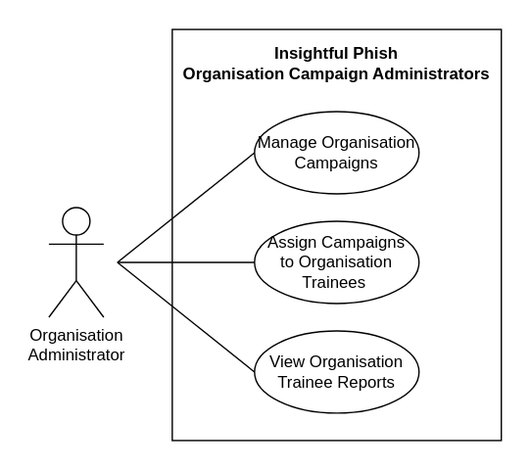
This is docs/demo4/diagrams/srs/use-cases/organisation-campaign-administrators.drawio.svg from COS301-SE-2026/Cybersecurity-Awareness-Training-Platform, a draw.io export, as it was before one commit. Source tidied: cells renumbered, new cells last; positions are measured from the earlier drawing's top-left corner, leaving out a move shared by most shapes.
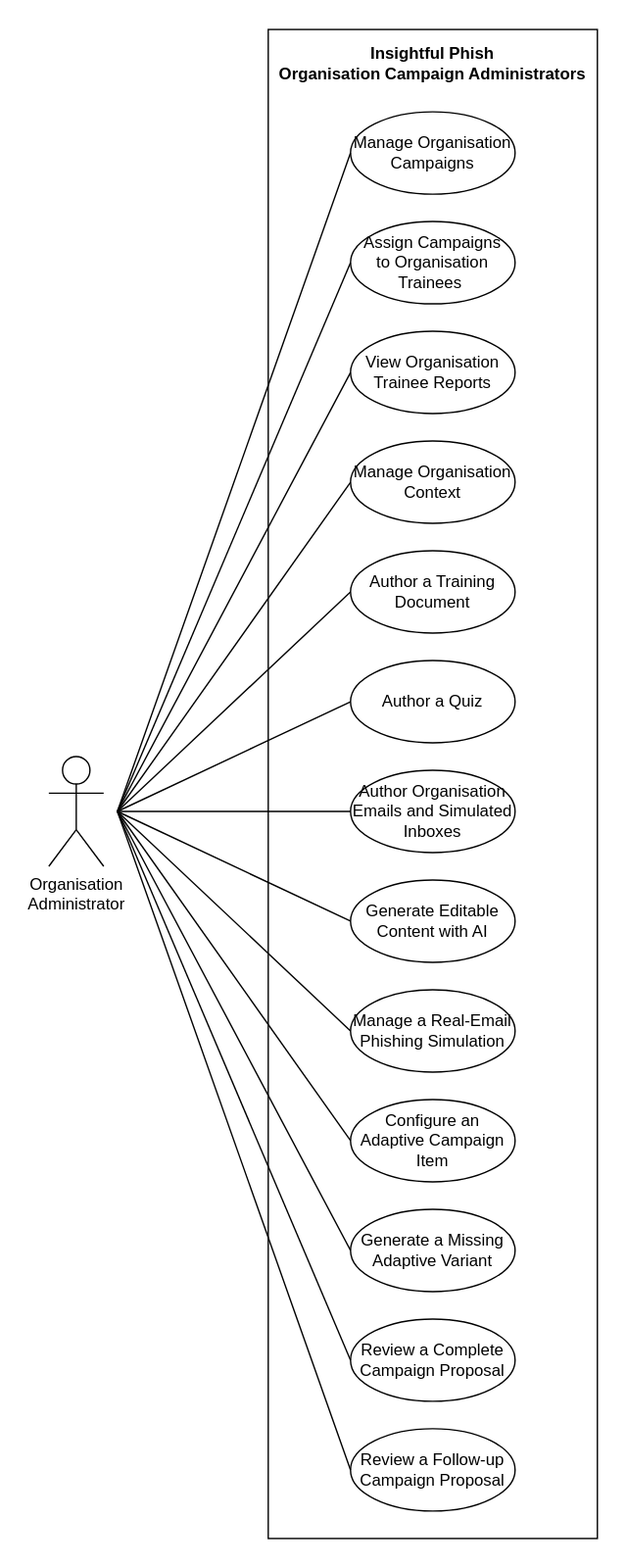
The same diagram one commit later.

The edit, as a diff of the source:
```diff
@@ -3,7 +3,7 @@
     <mxCell id="0" />
     <mxCell id="1" parent="0" />
     <mxCell id="2" style="rounded=0;whiteSpace=wrap;html=1;fillColor=none;" parent="1" vertex="1">
-      <mxGeometry x="90" width="240" height="300" as="geometry" />
+      <mxGeometry x="90" width="240" height="1100" as="geometry" />
     </mxCell>
     <mxCell id="3" value="View Organisation Trainee Reports" style="ellipse;whiteSpace=wrap;html=1;" parent="1" vertex="1">
       <mxGeometry x="150" y="220" width="120" height="60" as="geometry" />
@@ -12,11 +12,11 @@
       <mxGeometry x="90" y="10" width="240" height="30" as="geometry" />
     </mxCell>
     <mxCell id="5" value="&lt;div&gt;Organisation&lt;br&gt;Administrator&lt;/div&gt;" style="shape=umlActor;verticalLabelPosition=bottom;verticalAlign=top;html=1;" parent="1" vertex="1">
-      <mxGeometry y="130" width="40" height="80" as="geometry" />
+      <mxGeometry x="-70" y="530" width="40" height="80" as="geometry" />
     </mxCell>
     <mxCell id="6" style="endArrow=none;html=1;rounded=0;entryX=0;entryY=0.5;entryDx=0;entryDy=0;" parent="1" edge="1" target="3">
       <mxGeometry relative="1" as="geometry">
-        <mxPoint x="50" y="170" as="sourcePoint" />
+        <mxPoint x="-20" y="570" as="sourcePoint" />
       </mxGeometry>
     </mxCell>
     <mxCell id="7" value="Assign Campaigns&lt;br&gt;to Organisation Trainees&amp;nbsp;" style="ellipse;whiteSpace=wrap;html=1;" parent="1" vertex="1">
@@ -27,13 +27,93 @@
     </mxCell>
     <mxCell id="9" style="endArrow=none;html=1;rounded=0;entryX=0;entryY=0.5;entryDx=0;entryDy=0;" parent="1" edge="1" target="7">
       <mxGeometry relative="1" as="geometry">
-        <mxPoint x="50" y="170" as="sourcePoint" />
+        <mxPoint x="-20" y="570" as="sourcePoint" />
       </mxGeometry>
     </mxCell>
     <mxCell id="10" style="endArrow=none;html=1;rounded=0;entryX=0;entryY=0.5;entryDx=0;entryDy=0;" parent="1" edge="1" target="8">
       <mxGeometry relative="1" as="geometry">
-        <mxPoint x="50" y="170" as="sourcePoint" />
+        <mxPoint x="-20" y="570" as="sourcePoint" />
       </mxGeometry>
     </mxCell>
+    <mxCell id="11" value="Manage Organisation Context" style="ellipse;whiteSpace=wrap;html=1;" parent="1" vertex="1">
+      <mxGeometry x="150" y="300" width="120" height="60" as="geometry" />
+    </mxCell>
+    <mxCell id="12" value="Author a Training Document" style="ellipse;whiteSpace=wrap;html=1;" parent="1" vertex="1">
+      <mxGeometry x="150" y="380" width="120" height="60" as="geometry" />
+    </mxCell>
+    <mxCell id="13" value="Author a Quiz" style="ellipse;whiteSpace=wrap;html=1;" parent="1" vertex="1">
+      <mxGeometry x="150" y="460" width="120" height="60" as="geometry" />
+    </mxCell>
+    <mxCell id="14" value="Author Organisation Emails and Simulated Inboxes" style="ellipse;whiteSpace=wrap;html=1;" parent="1" vertex="1">
+      <mxGeometry x="150" y="540" width="120" height="60" as="geometry" />
+    </mxCell>
+    <mxCell id="15" value="Generate Editable Content with AI" style="ellipse;whiteSpace=wrap;html=1;" parent="1" vertex="1">
+      <mxGeometry x="150" y="620" width="120" height="60" as="geometry" />
+    </mxCell>
+    <mxCell id="16" value="Manage a Real-Email Phishing Simulation" style="ellipse;whiteSpace=wrap;html=1;" parent="1" vertex="1">
+      <mxGeometry x="150" y="700" width="120" height="60" as="geometry" />
+    </mxCell>
+    <mxCell id="17" value="Configure an Adaptive Campaign Item" style="ellipse;whiteSpace=wrap;html=1;" parent="1" vertex="1">
+      <mxGeometry x="150" y="780" width="120" height="60" as="geometry" />
+    </mxCell>
+    <mxCell id="18" value="Generate a Missing Adaptive Variant" style="ellipse;whiteSpace=wrap;html=1;" parent="1" vertex="1">
+      <mxGeometry x="150" y="860" width="120" height="60" as="geometry" />
+    </mxCell>
+    <mxCell id="19" value="Review a Complete Campaign Proposal" style="ellipse;whiteSpace=wrap;html=1;" parent="1" vertex="1">
+      <mxGeometry x="150" y="940" width="120" height="60" as="geometry" />
+    </mxCell>
+    <mxCell id="20" value="Review a Follow-up Campaign Proposal" style="ellipse;whiteSpace=wrap;html=1;" parent="1" vertex="1">
+      <mxGeometry x="150" y="1020" width="120" height="60" as="geometry" />
+    </mxCell>
+    <mxCell id="21" style="endArrow=none;html=1;rounded=0;entryX=0;entryY=0.5;entryDx=0;entryDy=0;" parent="1" edge="1" target="11">
+      <mxGeometry relative="1" as="geometry">
+        <mxPoint x="-20" y="570" as="sourcePoint" />
+      </mxGeometry>
+    </mxCell>
+    <mxCell id="22" style="endArrow=none;html=1;rounded=0;entryX=0;entryY=0.5;entryDx=0;entryDy=0;" parent="1" edge="1" target="12">
+      <mxGeometry relative="1" as="geometry">
+        <mxPoint x="-20" y="570" as="sourcePoint" />
+      </mxGeometry>
+    </mxCell>
+    <mxCell id="23" style="endArrow=none;html=1;rounded=0;entryX=0;entryY=0.5;entryDx=0;entryDy=0;" parent="1" edge="1" target="13">
+      <mxGeometry relative="1" as="geometry">
+        <mxPoint x="-20" y="570" as="sourcePoint" />
+      </mxGeometry>
+    </mxCell>
+    <mxCell id="24" style="endArrow=none;html=1;rounded=0;entryX=0;entryY=0.5;entryDx=0;entryDy=0;" parent="1" edge="1" target="14">
+      <mxGeometry relative="1" as="geometry">
+        <mxPoint x="-20" y="570" as="sourcePoint" />
+      </mxGeometry>
+    </mxCell>
+    <mxCell id="25" style="endArrow=none;html=1;rounded=0;entryX=0;entryY=0.5;entryDx=0;entryDy=0;" parent="1" edge="1" target="15">
+      <mxGeometry relative="1" as="geometry">
+        <mxPoint x="-20" y="570" as="sourcePoint" />
+      </mxGeometry>
+    </mxCell>
+    <mxCell id="26" style="endArrow=none;html=1;rounded=0;entryX=0;entryY=0.5;entryDx=0;entryDy=0;" parent="1" edge="1" target="16">
+      <mxGeometry relative="1" as="geometry">
+        <mxPoint x="-20" y="570" as="sourcePoint" />
+      </mxGeometry>
+    </mxCell>
+    <mxCell id="27" style="endArrow=none;html=1;rounded=0;entryX=0;entryY=0.5;entryDx=0;entryDy=0;" parent="1" edge="1" target="17">
+      <mxGeometry relative="1" as="geometry">
+        <mxPoint x="-20" y="570" as="sourcePoint" />
+      </mxGeometry>
+    </mxCell>
+    <mxCell id="28" style="endArrow=none;html=1;rounded=0;entryX=0;entryY=0.5;entryDx=0;entryDy=0;" parent="1" edge="1" target="18">
+      <mxGeometry relative="1" as="geometry">
+        <mxPoint x="-20" y="570" as="sourcePoint" />
+      </mxGeometry>
+    </mxCell>
+    <mxCell id="29" style="endArrow=none;html=1;rounded=0;exitX=0;exitY=0.5;exitDx=0;exitDy=0;" parent="1" edge="1" source="19">
+      <mxGeometry relative="1" as="geometry">
+        <mxPoint x="-20" y="570" as="targetPoint" />
+      </mxGeometry>
+    </mxCell>
+    <mxCell id="30" style="endArrow=none;html=1;rounded=0;exitX=0;exitY=0.5;exitDx=0;exitDy=0;" parent="1" edge="1" source="20">
+      <mxGeometry relative="1" as="geometry">
+        <mxPoint x="-20" y="570" as="targetPoint" />
+      </mxGeometry>
+    </mxCell>
   </root>
 </mxGraphModel>
```
